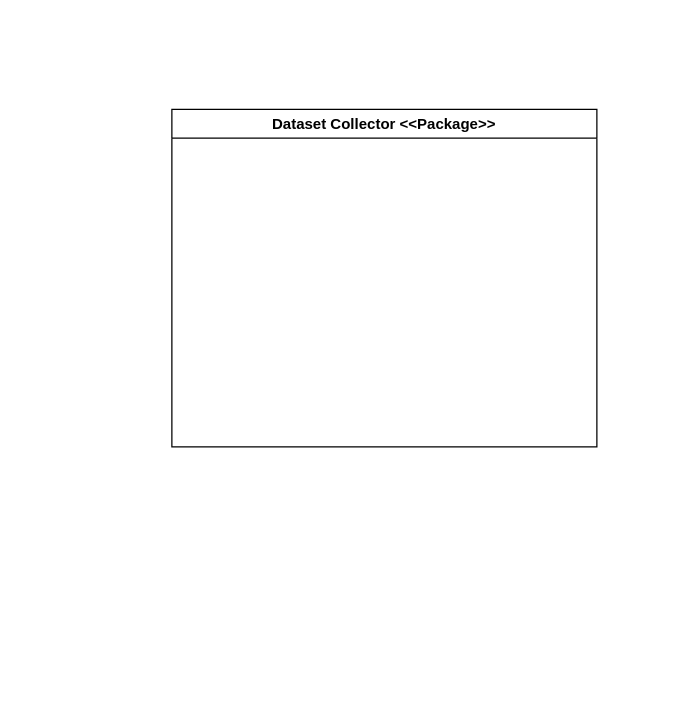
The draw.io diagram page "Page-2" (2 of 3) of doc/Dataset_mlf_doc.drawio in ciccio42/Multi-Task-LFD-Framework, before the edit. Source tidied: cells renumbered, new cells numbered last; positions are measured from the earlier drawing's top-left corner, leaving out a move shared by most shapes. Both pictures are drawn from the tidied source at 125%, with x=0, y=0 at pixel (171, 109).
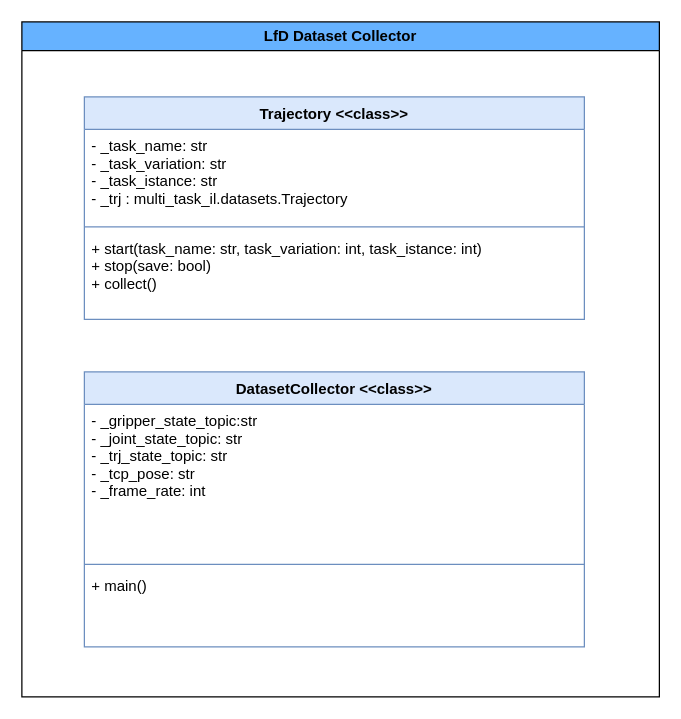
The same page after the edit.

The edit, as a diff of the source:
```diff
@@
 <mxGraphModel>
   <root>
     <mxCell id="0" />
     <mxCell id="1" parent="0" />
-    <mxCell id="2" value="Dataset Collector &amp;lt;&amp;lt;Package&amp;gt;&amp;gt;" style="swimlane;whiteSpace=wrap;html=1;" parent="1" vertex="1">
-      <mxGeometry width="340" height="270" as="geometry" />
-    </mxCell>
+    <mxCell id="3" value="Trajectory &lt;&lt;class&gt;&gt;" style="swimlane;fontStyle=1;align=center;verticalAlign=top;horizontal=1;startSize=26;fillColor=#dae8fc;strokeColor=#6c8ebf;" parent="1" vertex="1">
+      <mxGeometry x="-70" y="-10" width="400" height="178" as="geometry" />
+    </mxCell>
+    <mxCell id="4" value="- _task_name: str&#10;- _task_variation: str&#10;- _task_istance: str&#10;- _trj : multi_task_il.datasets.Trajectory" style="text;strokeColor=none;fillColor=none;align=left;verticalAlign=top;spacingLeft=4;spacingRight=4;overflow=hidden;" parent="3" vertex="1">
+      <mxGeometry y="26" width="400" height="74" as="geometry" />
+    </mxCell>
+    <mxCell id="5" style="line;strokeWidth=1;fillColor=none;align=left;verticalAlign=middle;spacingTop=-1;spacingLeft=3;spacingRight=3;labelPosition=right;strokeColor=inherit;" parent="3" vertex="1">
+      <mxGeometry y="100" width="400" height="8" as="geometry" />
+    </mxCell>
+    <mxCell id="6" value="+ start(task_name: str, task_variation: int, task_istance: int)&#10;+ stop(save: bool)&#10;+ collect()" style="text;strokeColor=none;fillColor=none;align=left;verticalAlign=top;spacingLeft=4;spacingRight=4;overflow=hidden;" parent="3" vertex="1">
+      <mxGeometry y="108" width="400" height="70" as="geometry" />
+    </mxCell>
+    <mxCell id="7" value="DatasetCollector &lt;&lt;class&gt;&gt;" style="swimlane;fontStyle=1;align=center;verticalAlign=top;horizontal=1;startSize=26;fillColor=#dae8fc;strokeColor=#6c8ebf;" parent="1" vertex="1">
+      <mxGeometry x="-70" y="210" width="400" height="220" as="geometry" />
+    </mxCell>
+    <mxCell id="8" value="- _gripper_state_topic:str&#10;- _joint_state_topic: str&#10;- _trj_state_topic: str&#10;- _tcp_pose: str&#10;- _frame_rate: int" style="text;strokeColor=none;fillColor=none;align=left;verticalAlign=top;spacingLeft=4;spacingRight=4;overflow=hidden;" parent="7" vertex="1">
+      <mxGeometry y="26" width="400" height="124" as="geometry" />
+    </mxCell>
+    <mxCell id="9" style="line;strokeWidth=1;fillColor=none;align=left;verticalAlign=middle;spacingTop=-1;spacingLeft=3;spacingRight=3;labelPosition=right;strokeColor=inherit;" parent="7" vertex="1">
+      <mxGeometry y="150" width="400" height="8" as="geometry" />
+    </mxCell>
+    <mxCell id="10" value="+ main()" style="text;strokeColor=none;fillColor=none;align=left;verticalAlign=top;spacingLeft=4;spacingRight=4;overflow=hidden;" parent="7" vertex="1">
+      <mxGeometry y="158" width="400" height="62" as="geometry" />
+    </mxCell>
+    <mxCell id="11" value="LfD Dataset Collector" style="swimlane;whiteSpace=wrap;html=1;fillColor=#66B2FF;" parent="1" vertex="1">
+      <mxGeometry x="-120" y="-70" width="510" height="540" as="geometry" />
+    </mxCell>
   </root>
 </mxGraphModel>
```
